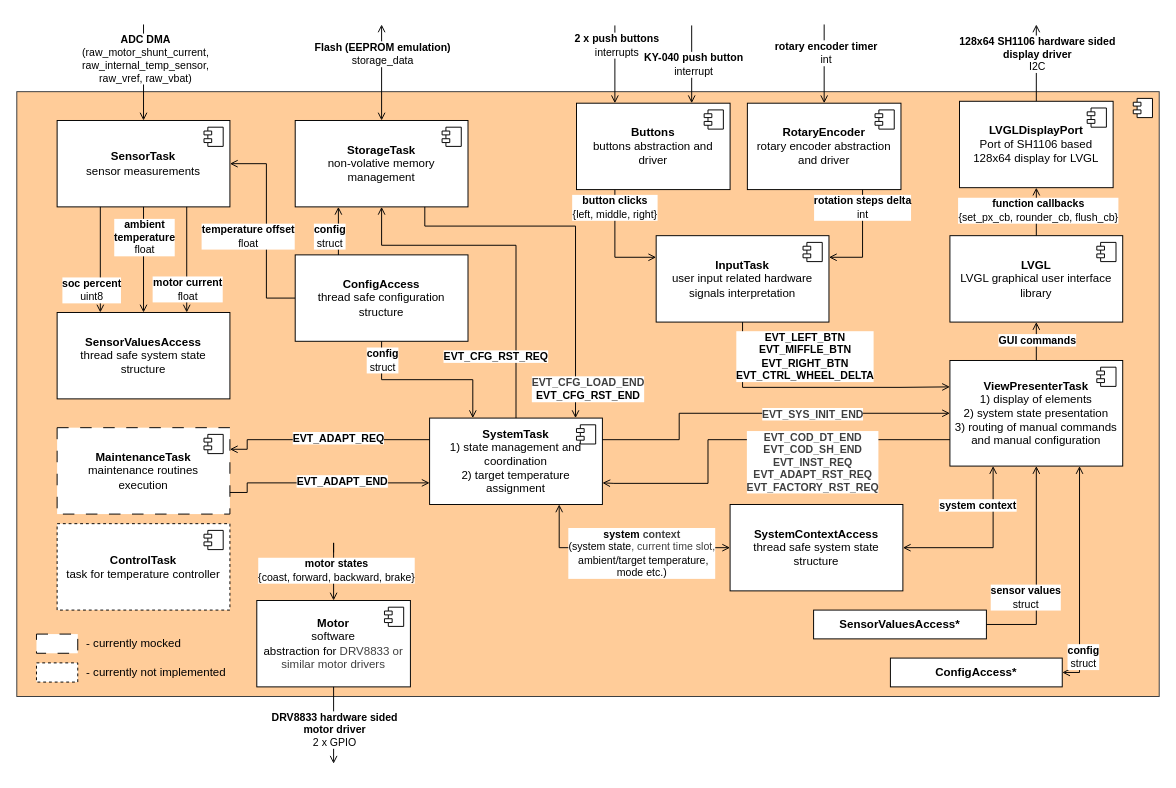
Earlier version of the draw.io diagram software/diagrams/mt-rt-sw-architecture.drawio (MiraTherm/miratherm-radiator-thermostat-documentation). Source tidied: cells renumbered, new cells numbered last; positions are measured from the earlier drawing's top-left corner, leaving out a move shared by most shapes. Both pictures are drawn from the tidied source at 96%, with x=0, y=0 at pixel (16, 24).
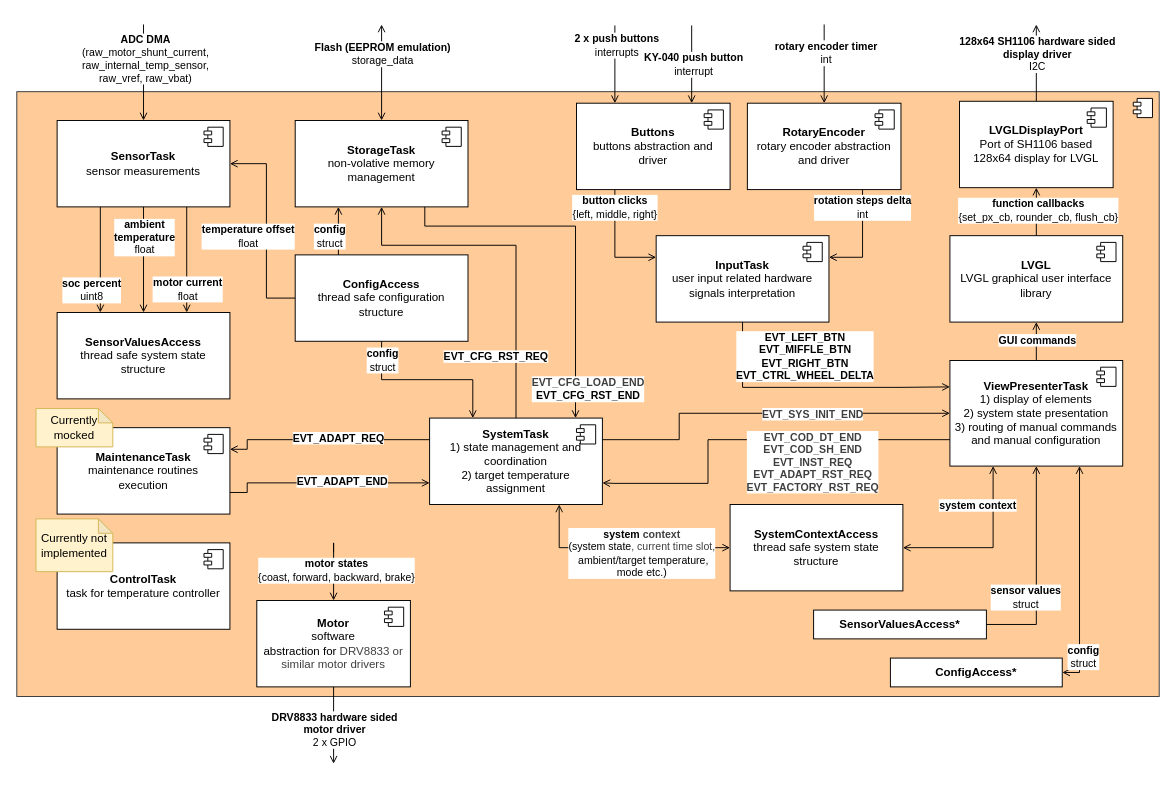
After the change.

The edit, as a diff of the source:
```diff
@@
-    <mxCell id="8" value="&lt;b&gt;ControlTask&lt;/b&gt;&lt;br&gt;task for temperature controller" style="html=1;whiteSpace=wrap;fontColor=default;dashed=1;" parent="1" vertex="1">
-      <mxGeometry x="42" y="520" width="180" height="90" as="geometry" />
+    <mxCell id="8" value="&lt;b&gt;ControlTask&lt;/b&gt;&lt;br&gt;task for temperature controller" style="html=1;whiteSpace=wrap;fontColor=default;" parent="1" vertex="1">
+      <mxGeometry x="42" y="540" width="180" height="90" as="geometry" />
     </mxCell>
@@
-    <mxCell id="10" value="&lt;b&gt;MaintenanceTask&lt;/b&gt;&lt;br&gt;maintenance routines &lt;br&gt;execution" style="html=1;whiteSpace=wrap;fontColor=default;dashed=1;dashPattern=12 12;" parent="1" vertex="1">
+    <mxCell id="10" value="&lt;b&gt;MaintenanceTask&lt;/b&gt;&lt;br&gt;maintenance routines &lt;br&gt;execution" style="html=1;whiteSpace=wrap;" parent="1" vertex="1">
       <mxGeometry x="42" y="420" width="180" height="90" as="geometry" />
     </mxCell>
@@
-    <mxCell id="77" style="rounded=0;whiteSpace=wrap;html=1;dashed=1;dashPattern=12 12;" parent="1" vertex="1">
-      <mxGeometry x="20.5" y="635" width="43" height="20" as="geometry" />
-    </mxCell>
-    <mxCell id="78" style="rounded=0;whiteSpace=wrap;html=1;dashed=1;" parent="1" vertex="1">
-      <mxGeometry x="20.5" y="665" width="43" height="20" as="geometry" />
-    </mxCell>
-    <mxCell id="79" value="&amp;nbsp; - currently mocked" style="text;html=1;align=left;verticalAlign=middle;whiteSpace=wrap;rounded=0;" parent="1" vertex="1">
-      <mxGeometry x="63.5" y="630" width="110" height="30" as="geometry" />
-    </mxCell>
-    <mxCell id="80" value="&amp;nbsp; - currently not implemented" style="text;html=1;align=left;verticalAlign=middle;whiteSpace=wrap;rounded=0;" parent="1" vertex="1">
-      <mxGeometry x="63.5" y="660" width="180" height="30" as="geometry" />
-    </mxCell>
@@
+    <mxCell id="95" value="Currently mocked" style="shape=note;whiteSpace=wrap;html=1;backgroundOutline=1;darkOpacity=0.05;size=15;fillColor=#fff2cc;strokeColor=#d6b656;" parent="1" vertex="1">
+      <mxGeometry x="20" y="400" width="80" height="40" as="geometry" />
+    </mxCell>
+    <mxCell id="96" value="Currently not implemented" style="shape=note;whiteSpace=wrap;html=1;backgroundOutline=1;darkOpacity=0.05;size=15;fillColor=#fff2cc;strokeColor=#d6b656;" parent="1" vertex="1">
+      <mxGeometry x="20" y="515" width="80" height="55" as="geometry" />
+    </mxCell>
```
